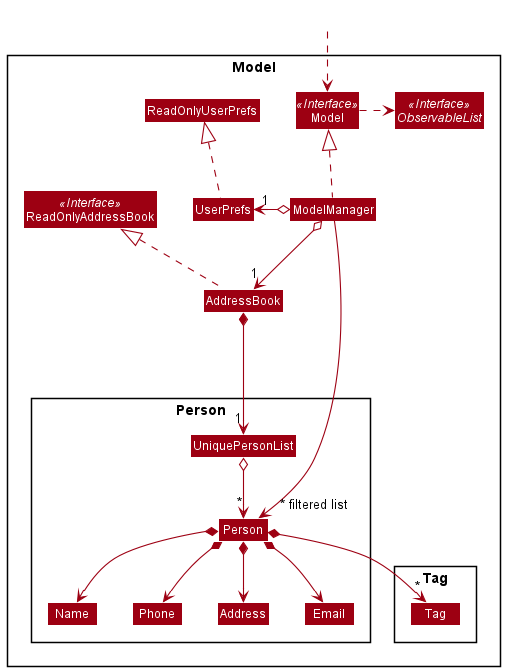
Before: docs/images/ModelClassDiagram.png, a diagram exported from PlantUML (nus-cs2103-AY2021S2/tp).
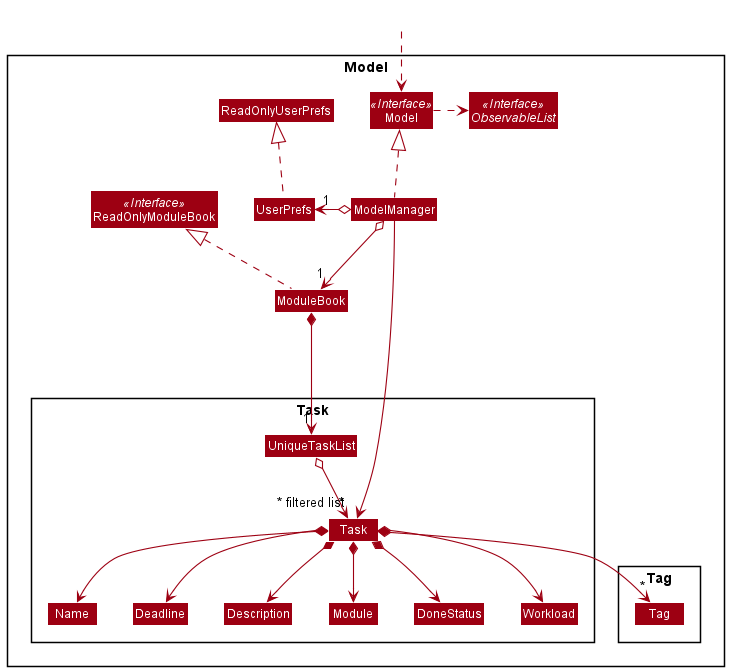
After the change.

Diff of the diagram source:
```diff
@@ -5,23 +5,25 @@
 skinparam classBackgroundColor MODEL_COLOR
 
 Package Model <<Rectangle>>{
-Interface ReadOnlyAddressBook <<Interface>>
+Interface ReadOnlyModuleBook <<Interface>>
 Interface Model <<Interface>>
 Interface ObservableList <<Interface>>
-Class AddressBook
-Class ReadOnlyAddressBook
+Class ModuleBook
+Class ReadOnlyModuleBook
 Class Model
 Class ModelManager
 Class UserPrefs
 Class ReadOnlyUserPrefs
 
-Package Person {
-Class Person
-Class Address
-Class Email
+Package Task {
+Class Task
+Class Description
+Class Module
 Class Name
-Class Phone
-Class UniquePersonList
+Class Deadline
+Class DoneStatus
+Class Workload
+Class UniqueTaskList
 }
 
 Package Tag {
@@ -32,25 +34,29 @@
 Class HiddenOutside #FFFFFF
 HiddenOutside ..> Model
 
-AddressBook .up.|> ReadOnlyAddressBook
+ModuleBook .up.|> ReadOnlyModuleBook
 
 ModelManager .up.|> Model
 Model .right.> ObservableList
-ModelManager o--> "1" AddressBook
+ModelManager o--> "1" ModuleBook
 ModelManager o-left-> "1" UserPrefs
 UserPrefs .up.|> ReadOnlyUserPrefs
 
-AddressBook *--> "1" UniquePersonList
-UniquePersonList o--> "*" Person
-Person *--> Name
-Person *--> Phone
-Person *--> Email
-Person *--> Address
-Person *--> "*" Tag
+ModuleBook *--> "1" UniqueTaskList
+UniqueTaskList o--> "*" Task
+Task *--> Name
+Task *--> Deadline
+Task *--> Module
+Task *--> Description
+Task *--> Workload
+Task *--> DoneStatus
+Task *--> "*" Tag
 
-Name -[hidden]right-> Phone
-Phone -[hidden]right-> Address
-Address -[hidden]right-> Email
+Name -[hidden]right-> Deadline
+Deadline -[hidden]right-> Description
+Description -[hidden]right-> Module
+Module -[hidden]right-> DoneStatus
+DoneStatus -[hidden]right-> Workload
 
-ModelManager ----->" ~* filtered list" Person
+ModelManager ----->" ~* filtered list" Task
 @enduml
```
